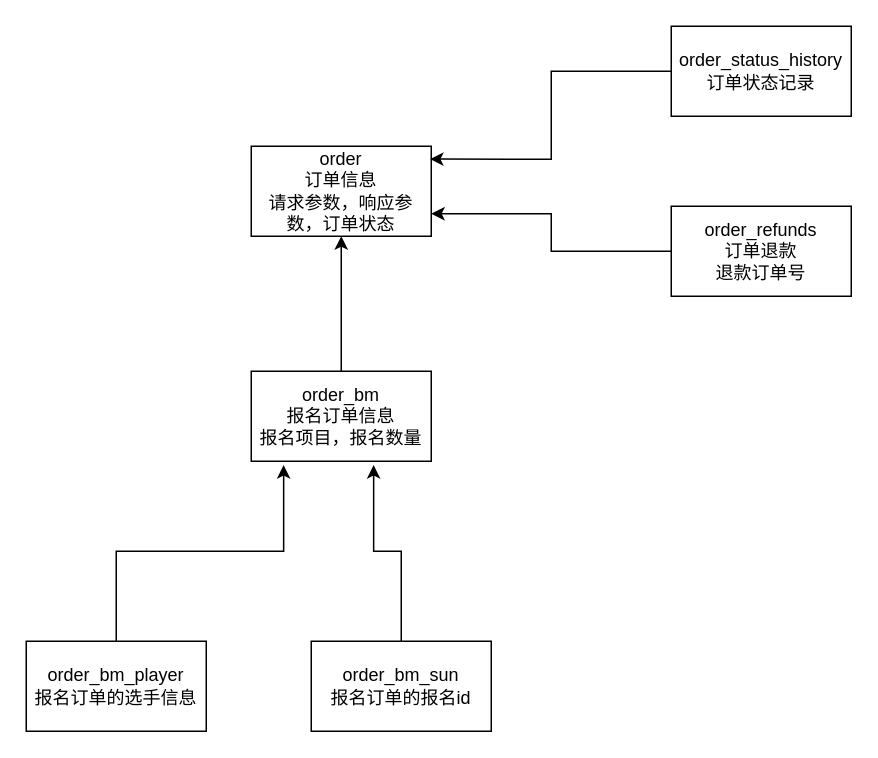
Earlier version of the draw.io diagram 表流程.drawio (1502792304/wxchat_pay_loop). Source tidied: cells renumbered, new cells numbered last; positions are measured from the earlier drawing's top-left corner, leaving out a move shared by most shapes. Both pictures are drawn from the tidied source at 150%, with x=0, y=0 at pixel (26, 26).
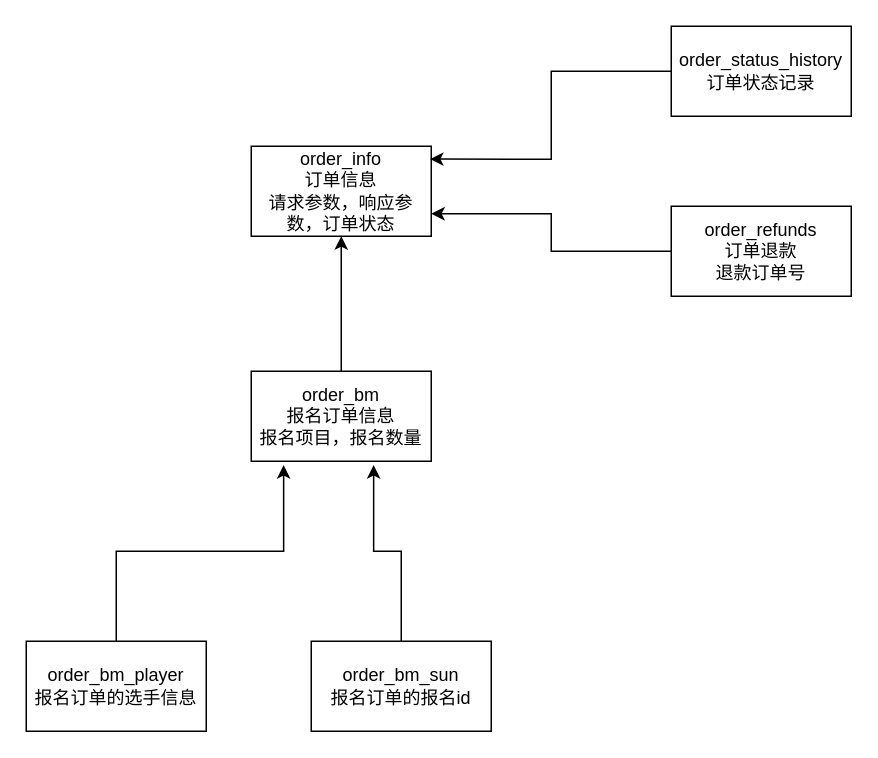
Above is the later version.

Commit message (it also covers changes not shown here):
更新表流程.drawio

Change to the diagram source:
```diff
@@
 <mxGraphModel>
   <root>
     <mxCell id="0" />
     <mxCell id="1" parent="0" />
-    <mxCell id="2" value="order&lt;div&gt;订单信息&lt;/div&gt;&lt;div&gt;请求参数，响应参数，订单状态&lt;/div&gt;" style="rounded=0;whiteSpace=wrap;html=1;" parent="1" vertex="1">
+    <mxCell id="2" value="&lt;div&gt;order_info&lt;/div&gt;&lt;div&gt;订单信息&lt;/div&gt;&lt;div&gt;请求参数，响应参数，订单状态&lt;/div&gt;" style="rounded=0;whiteSpace=wrap;html=1;" parent="1" vertex="1">
       <mxGeometry x="150" y="80" width="120" height="60" as="geometry" />
     </mxCell>
     <mxCell id="3" style="edgeStyle=orthogonalEdgeStyle;rounded=0;jettySize=auto;html=1;exitX=0.5;exitY=0;exitDx=0;exitDy=0;entryX=0.5;entryY=1;entryDx=0;entryDy=0;" parent="1" edge="1" source="4" target="2">
       <mxGeometry relative="1" as="geometry" />
     </mxCell>
     <mxCell id="4" value="&lt;div&gt;order_bm&lt;/div&gt;报名订单信息&lt;div&gt;报名项目，报名数量&lt;/div&gt;" style="rounded=0;whiteSpace=wrap;html=1;" parent="1" vertex="1">
       <mxGeometry x="150" y="230" width="120" height="60" as="geometry" />
     </mxCell>
     <mxCell id="5" style="edgeStyle=orthogonalEdgeStyle;rounded=0;jettySize=auto;html=1;exitX=0.5;exitY=0;exitDx=0;exitDy=0;entryX=0.18;entryY=1.043;entryDx=0;entryDy=0;entryPerimeter=0;" parent="1" edge="1" source="6" target="4">
       <mxGeometry relative="1" as="geometry" />
     </mxCell>
     <mxCell id="6" value="order_bm_player&lt;div&gt;报名订单的选手信息&lt;/div&gt;" style="rounded=0;whiteSpace=wrap;html=1;" parent="1" vertex="1">
       <mxGeometry y="410" width="120" height="60" as="geometry" />
     </mxCell>
     <mxCell id="7" value="order_status_history&lt;div&gt;订单状态记录&lt;/div&gt;" style="rounded=0;whiteSpace=wrap;html=1;" parent="1" vertex="1">
       <mxGeometry x="430" width="120" height="60" as="geometry" />
     </mxCell>
     <mxCell id="8" style="edgeStyle=orthogonalEdgeStyle;rounded=0;jettySize=auto;html=1;exitX=0;exitY=0.5;exitDx=0;exitDy=0;entryX=0.993;entryY=0.143;entryDx=0;entryDy=0;entryPerimeter=0;" parent="1" edge="1" source="7" target="2">
       <mxGeometry relative="1" as="geometry" />
     </mxCell>
     <mxCell id="9" value="order_bm_sun&lt;div&gt;报名订单的报名id&lt;/div&gt;" style="rounded=0;whiteSpace=wrap;html=1;" parent="1" vertex="1">
       <mxGeometry x="190" y="410" width="120" height="60" as="geometry" />
     </mxCell>
     <mxCell id="10" style="edgeStyle=orthogonalEdgeStyle;rounded=0;jettySize=auto;html=1;exitX=0.5;exitY=0;exitDx=0;exitDy=0;entryX=0.68;entryY=1.043;entryDx=0;entryDy=0;entryPerimeter=0;" parent="1" edge="1" source="9" target="4">
       <mxGeometry relative="1" as="geometry" />
     </mxCell>
     <mxCell id="11" style="edgeStyle=orthogonalEdgeStyle;rounded=0;jettySize=auto;html=1;exitX=0;exitY=0.5;exitDx=0;exitDy=0;entryX=1;entryY=0.75;entryDx=0;entryDy=0;" parent="1" edge="1" source="12" target="2">
       <mxGeometry relative="1" as="geometry" />
     </mxCell>
     <mxCell id="12" value="order_refunds&lt;div&gt;订单退款&lt;/div&gt;&lt;div&gt;退款订单号&lt;/div&gt;" style="rounded=0;whiteSpace=wrap;html=1;" parent="1" vertex="1">
       <mxGeometry x="430" y="120" width="120" height="60" as="geometry" />
     </mxCell>
   </root>
 </mxGraphModel>
```
